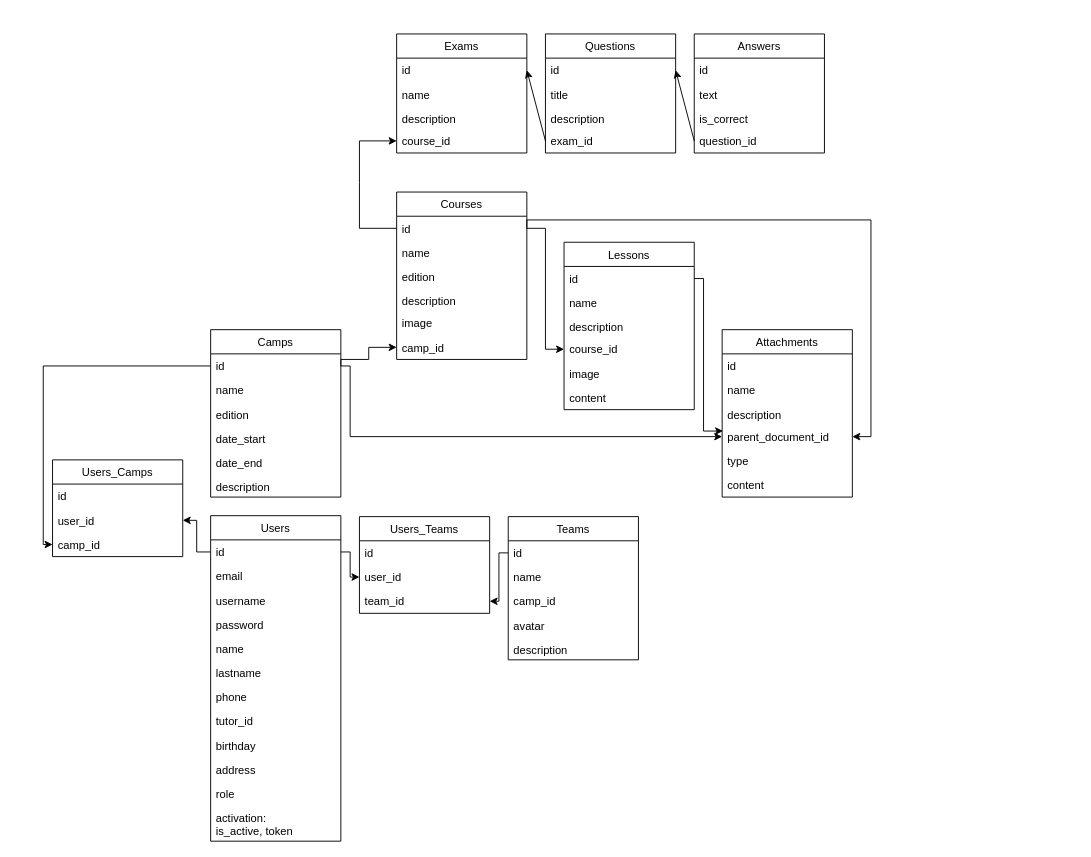
OneLifeDesigning/wellness-api keeps this draw.io diagram as bin/bbdd-game-camp.drawio. Above is the earlier version. Source tidied: cells renumbered, new cells numbered last; positions are measured from the earlier drawing's top-left corner, leaving out a move shared by most shapes. Both pictures are drawn from the tidied source at 93%, with x=0, y=0 at pixel (43, 33).
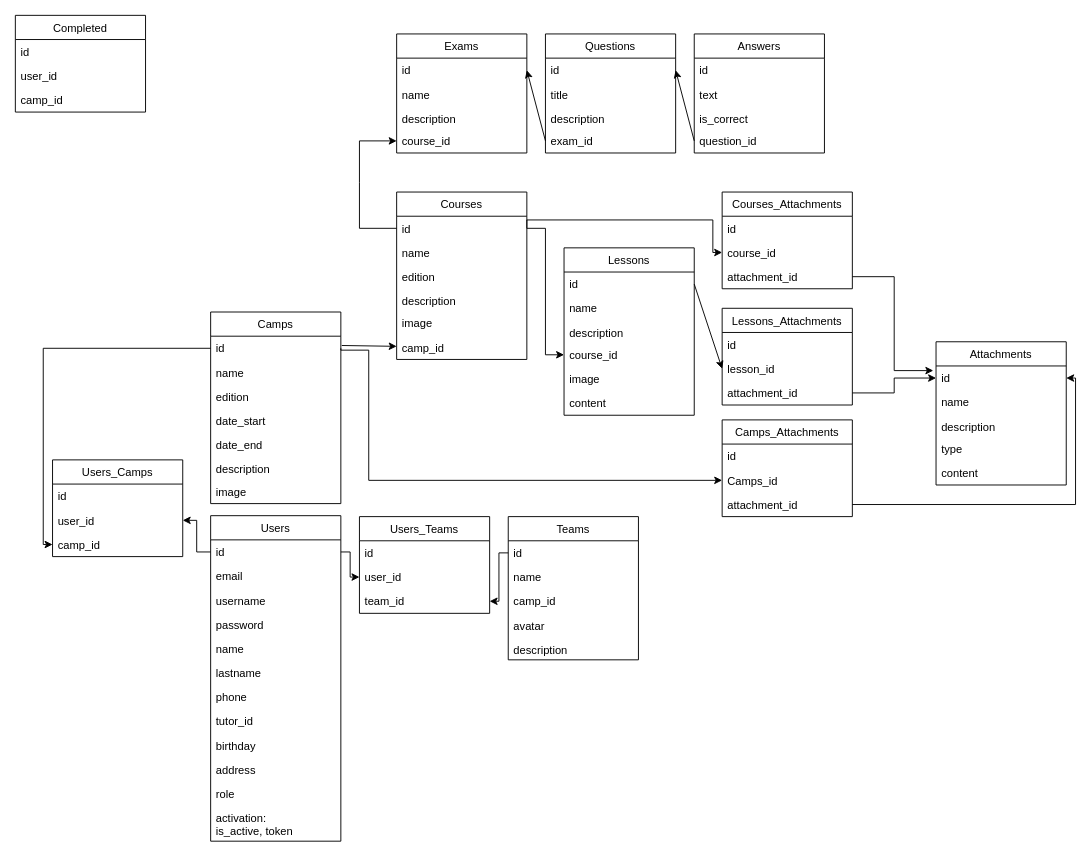
Above is the later version.

Unchanged cells that the change refers to:
```xml
<mxCell id="45" value="id" style="text;strokeColor=none;fillColor=none;align=left;verticalAlign=top;spacingLeft=4;spacingRight=4;overflow=hidden;points=[[0,0.5],[1,0.5]];portConstraint=eastwest;" parent="44" vertex="1">
  <mxGeometry y="26" width="140" height="26" as="geometry" />
</mxCell>
<mxCell id="50" value="camp_id" style="text;strokeColor=none;fillColor=none;align=left;verticalAlign=top;spacingLeft=4;spacingRight=4;overflow=hidden;points=[[0,0.5],[1,0.5]];portConstraint=eastwest;" parent="44" vertex="1">
  <mxGeometry y="154" width="140" height="26" as="geometry" />
</mxCell>
<mxCell id="78" value="id" style="text;strokeColor=none;fillColor=none;align=left;verticalAlign=top;spacingLeft=4;spacingRight=4;overflow=hidden;points=[[0,0.5],[1,0.5]];portConstraint=eastwest;" parent="77" vertex="1">
  <mxGeometry y="26" width="140" height="26" as="geometry" />
</mxCell>
```

Diff of the diagram source:
```diff
@@
-    <mxCell id="6" style="edgeStyle=orthogonalEdgeStyle;rounded=0;jettySize=auto;html=1;exitX=0;exitY=0.5;exitDx=0;exitDy=0;entryX=1;entryY=0.5;entryDx=0;entryDy=0;startArrow=classic;startFill=1;endArrow=none;endFill=0;" parent="1" edge="1" source="50" target="24">
+    <mxCell id="6" style="rounded=0;jettySize=auto;html=1;startArrow=classic;startFill=1;endArrow=none;endFill=0;" parent="1" edge="1" source="50">
       <mxGeometry relative="1" as="geometry">
-        <Array as="points">
-          <mxPoint x="350" y="337" />
-          <mxPoint x="350" y="350" />
-          <mxPoint x="320" y="350" />
-        </Array>
+        <mxPoint x="321" y="335" as="targetPoint" />
       </mxGeometry>
     </mxCell>
@@
-    <mxCell id="8" style="edgeStyle=orthogonalEdgeStyle;rounded=0;jettySize=auto;html=1;entryX=1;entryY=0.5;entryDx=0;entryDy=0;startArrow=classic;startFill=1;endArrow=none;endFill=0;elbow=vertical;exitX=1;exitY=0.5;exitDx=0;exitDy=0;" parent="1" edge="1" source="81" target="45">
-      <mxGeometry relative="1" as="geometry">
-        <Array as="points">
-          <mxPoint x="890" y="433" />
-          <mxPoint x="890" y="200" />
-          <mxPoint x="520" y="200" />
-        </Array>
-      </mxGeometry>
-    </mxCell>
-    <mxCell id="9" style="edgeStyle=elbowEdgeStyle;rounded=0;jettySize=auto;html=1;exitX=0;exitY=0.5;exitDx=0;exitDy=0;entryX=1;entryY=0.5;entryDx=0;entryDy=0;startArrow=classic;startFill=1;endArrow=none;endFill=0;" parent="1" edge="1" source="81" target="24">
-      <mxGeometry relative="1" as="geometry">
-        <Array as="points">
-          <mxPoint x="330" y="408" />
-          <mxPoint x="370" y="448" />
-          <mxPoint x="350" y="388" />
-        </Array>
-      </mxGeometry>
-    </mxCell>
@@
-    <mxCell id="23" value="Camps" style="swimlane;fontStyle=0;horizontal=1;startSize=26;fillColor=none;" parent="1" vertex="1">
-      <mxGeometry x="180" y="318" width="140" height="180" as="geometry" />
-    </mxCell>
-    <mxCell id="24" value="id" style="text;strokeColor=none;fillColor=none;align=left;verticalAlign=top;spacingLeft=4;spacingRight=4;overflow=hidden;points=[[0,0.5],[1,0.5]];portConstraint=eastwest;" parent="23" vertex="1">
-      <mxGeometry y="26" width="140" height="26" as="geometry" />
-    </mxCell>
-    <mxCell id="25" value="name" style="text;strokeColor=none;fillColor=none;align=left;verticalAlign=top;spacingLeft=4;spacingRight=4;overflow=hidden;" parent="23" vertex="1">
-      <mxGeometry y="52" width="140" height="26" as="geometry" />
-    </mxCell>
-    <mxCell id="26" value="edition" style="text;strokeColor=none;fillColor=none;align=left;verticalAlign=top;spacingLeft=4;spacingRight=4;overflow=hidden;" parent="23" vertex="1">
-      <mxGeometry y="78" width="140" height="26" as="geometry" />
-    </mxCell>
-    <mxCell id="27" value="date_start" style="text;strokeColor=none;fillColor=none;align=left;verticalAlign=top;spacingLeft=4;spacingRight=4;overflow=hidden;" parent="23" vertex="1">
-      <mxGeometry y="104" width="140" height="26" as="geometry" />
-    </mxCell>
-    <mxCell id="28" value="date_end" style="text;strokeColor=none;fillColor=none;align=left;verticalAlign=top;spacingLeft=4;spacingRight=4;overflow=hidden;" parent="23" vertex="1">
-      <mxGeometry y="130" width="140" height="26" as="geometry" />
-    </mxCell>
-    <mxCell id="29" value="description" style="text;strokeColor=none;fillColor=none;align=left;verticalAlign=top;spacingLeft=4;spacingRight=4;overflow=hidden;" parent="23" vertex="1">
-      <mxGeometry y="156" width="140" height="24" as="geometry" />
-    </mxCell>
@@
-    <mxCell id="51" value="Lessons" style="swimlane;fontStyle=0;horizontal=1;startSize=26;fillColor=none;" parent="1" vertex="1">
-      <mxGeometry x="560" y="224" width="140" height="180" as="geometry" />
-    </mxCell>
-    <mxCell id="52" value="id" style="text;strokeColor=none;fillColor=none;align=left;verticalAlign=top;spacingLeft=4;spacingRight=4;overflow=hidden;points=[[0,0.5],[1,0.5]];portConstraint=eastwest;" parent="51" vertex="1">
-      <mxGeometry y="26" width="140" height="26" as="geometry" />
-    </mxCell>
-    <mxCell id="53" value="name" style="text;strokeColor=none;fillColor=none;align=left;verticalAlign=top;spacingLeft=4;spacingRight=4;overflow=hidden;" parent="51" vertex="1">
-      <mxGeometry y="52" width="140" height="26" as="geometry" />
-    </mxCell>
-    <mxCell id="54" value="description" style="text;strokeColor=none;fillColor=none;align=left;verticalAlign=top;spacingLeft=4;spacingRight=4;overflow=hidden;" parent="51" vertex="1">
-      <mxGeometry y="78" width="140" height="24" as="geometry" />
-    </mxCell>
-    <mxCell id="55" value="course_id" style="text;strokeColor=none;fillColor=none;align=left;verticalAlign=top;spacingLeft=4;spacingRight=4;overflow=hidden;points=[[0,0.5],[1,0.5]];portConstraint=eastwest;" parent="51" vertex="1">
-      <mxGeometry y="102" width="140" height="26" as="geometry" />
-    </mxCell>
-    <mxCell id="56" value="image" style="text;strokeColor=none;fillColor=none;align=left;verticalAlign=top;spacingLeft=4;spacingRight=4;overflow=hidden;" parent="51" vertex="1">
-      <mxGeometry y="128" width="140" height="26" as="geometry" />
-    </mxCell>
-    <mxCell id="57" value="content" style="text;strokeColor=none;fillColor=none;align=left;verticalAlign=top;spacingLeft=4;spacingRight=4;overflow=hidden;" parent="51" vertex="1">
-      <mxGeometry y="154" width="140" height="26" as="geometry" />
-    </mxCell>
@@
-    <mxCell id="76" style="edgeStyle=orthogonalEdgeStyle;rounded=0;jettySize=auto;html=1;exitX=1;exitY=0.5;exitDx=0;exitDy=0;entryX=0.007;entryY=0.269;entryDx=0;entryDy=0;entryPerimeter=0;" parent="1" edge="1" source="52" target="81">
-      <mxGeometry relative="1" as="geometry">
-        <Array as="points">
-          <mxPoint x="710" y="263" />
-          <mxPoint x="710" y="427" />
-        </Array>
-      </mxGeometry>
-    </mxCell>
     <mxCell id="77" value="Attachments" style="swimlane;fontStyle=0;horizontal=1;startSize=26;fillColor=none;" parent="1" vertex="1">
-      <mxGeometry x="730" y="318" width="140" height="180" as="geometry" />
+      <mxGeometry x="960" y="331" width="140" height="154" as="geometry" />
     </mxCell>
@@
-    <mxCell id="81" value="parent_document_id" style="text;strokeColor=none;fillColor=none;align=left;verticalAlign=top;spacingLeft=4;spacingRight=4;overflow=hidden;points=[[0,0.5],[1,0.5]];portConstraint=eastwest;" parent="77" vertex="1">
-      <mxGeometry y="102" width="140" height="26" as="geometry" />
-    </mxCell>
     <mxCell id="82" value="type" style="text;strokeColor=none;fillColor=none;align=left;verticalAlign=top;spacingLeft=4;spacingRight=4;overflow=hidden;" parent="77" vertex="1">
-      <mxGeometry y="128" width="140" height="26" as="geometry" />
+      <mxGeometry y="102" width="140" height="26" as="geometry" />
     </mxCell>
     <mxCell id="83" value="content" style="text;strokeColor=none;fillColor=none;align=left;verticalAlign=top;spacingLeft=4;spacingRight=4;overflow=hidden;" parent="77" vertex="1">
-      <mxGeometry y="154" width="140" height="26" as="geometry" />
+      <mxGeometry y="128" width="140" height="26" as="geometry" />
     </mxCell>
+    <mxCell id="84" value="Courses_Attachments" style="swimlane;fontStyle=0;horizontal=1;startSize=26;fillColor=none;" parent="1" vertex="1">
+      <mxGeometry x="730" y="170" width="140" height="104" as="geometry" />
+    </mxCell>
+    <mxCell id="85" value="id" style="text;strokeColor=none;fillColor=none;align=left;verticalAlign=top;spacingLeft=4;spacingRight=4;overflow=hidden;" parent="84" vertex="1">
+      <mxGeometry y="26" width="140" height="26" as="geometry" />
+    </mxCell>
+    <mxCell id="86" value="course_id" style="text;strokeColor=none;fillColor=none;align=left;verticalAlign=top;spacingLeft=4;spacingRight=4;overflow=hidden;points=[[0,0.5],[1,0.5]];portConstraint=eastwest;" parent="84" vertex="1">
+      <mxGeometry y="52" width="140" height="26" as="geometry" />
+    </mxCell>
+    <mxCell id="87" value="attachment_id" style="text;strokeColor=none;fillColor=none;align=left;verticalAlign=top;spacingLeft=4;spacingRight=4;overflow=hidden;points=[[0,0.5],[1,0.5]];portConstraint=eastwest;" parent="84" vertex="1">
+      <mxGeometry y="78" width="140" height="26" as="geometry" />
+    </mxCell>
+    <mxCell id="51" value="Lessons" style="swimlane;fontStyle=0;horizontal=1;startSize=26;fillColor=none;" parent="1" vertex="1">
+      <mxGeometry x="560" y="230" width="140" height="180" as="geometry" />
+    </mxCell>
+    <mxCell id="52" value="id" style="text;strokeColor=none;fillColor=none;align=left;verticalAlign=top;spacingLeft=4;spacingRight=4;overflow=hidden;points=[[0,0.5],[1,0.5]];portConstraint=eastwest;" parent="51" vertex="1">
+      <mxGeometry y="26" width="140" height="26" as="geometry" />
+    </mxCell>
+    <mxCell id="53" value="name" style="text;strokeColor=none;fillColor=none;align=left;verticalAlign=top;spacingLeft=4;spacingRight=4;overflow=hidden;" parent="51" vertex="1">
+      <mxGeometry y="52" width="140" height="26" as="geometry" />
+    </mxCell>
+    <mxCell id="54" value="description" style="text;strokeColor=none;fillColor=none;align=left;verticalAlign=top;spacingLeft=4;spacingRight=4;overflow=hidden;" parent="51" vertex="1">
+      <mxGeometry y="78" width="140" height="24" as="geometry" />
+    </mxCell>
+    <mxCell id="55" value="course_id" style="text;strokeColor=none;fillColor=none;align=left;verticalAlign=top;spacingLeft=4;spacingRight=4;overflow=hidden;points=[[0,0.5],[1,0.5]];portConstraint=eastwest;" parent="51" vertex="1">
+      <mxGeometry y="102" width="140" height="26" as="geometry" />
+    </mxCell>
+    <mxCell id="56" value="image" style="text;strokeColor=none;fillColor=none;align=left;verticalAlign=top;spacingLeft=4;spacingRight=4;overflow=hidden;" parent="51" vertex="1">
+      <mxGeometry y="128" width="140" height="26" as="geometry" />
+    </mxCell>
+    <mxCell id="57" value="content" style="text;strokeColor=none;fillColor=none;align=left;verticalAlign=top;spacingLeft=4;spacingRight=4;overflow=hidden;" parent="51" vertex="1">
+      <mxGeometry y="154" width="140" height="26" as="geometry" />
+    </mxCell>
+    <mxCell id="88" style="edgeStyle=orthogonalEdgeStyle;rounded=0;jettySize=auto;html=1;exitX=1;exitY=0.5;exitDx=0;exitDy=0;entryX=0;entryY=0.5;entryDx=0;entryDy=0;" parent="1" edge="1" source="45" target="86">
+      <mxGeometry relative="1" as="geometry">
+        <Array as="points">
+          <mxPoint x="520" y="200" />
+          <mxPoint x="720" y="200" />
+          <mxPoint x="720" y="235" />
+        </Array>
+      </mxGeometry>
+    </mxCell>
+    <mxCell id="89" style="edgeStyle=orthogonalEdgeStyle;rounded=0;jettySize=auto;html=1;exitX=1;exitY=0.5;exitDx=0;exitDy=0;entryX=-0.021;entryY=0.192;entryDx=0;entryDy=0;entryPerimeter=0;" parent="1" edge="1" source="87" target="78">
+      <mxGeometry relative="1" as="geometry" />
+    </mxCell>
+    <mxCell id="90" value="Lessons_Attachments" style="swimlane;fontStyle=0;horizontal=1;startSize=26;fillColor=none;" parent="1" vertex="1">
+      <mxGeometry x="730" y="295" width="140" height="104" as="geometry" />
+    </mxCell>
+    <mxCell id="91" value="id" style="text;strokeColor=none;fillColor=none;align=left;verticalAlign=top;spacingLeft=4;spacingRight=4;overflow=hidden;" parent="90" vertex="1">
+      <mxGeometry y="26" width="140" height="26" as="geometry" />
+    </mxCell>
+    <mxCell id="92" value="lesson_id" style="text;strokeColor=none;fillColor=none;align=left;verticalAlign=top;spacingLeft=4;spacingRight=4;overflow=hidden;points=[[0,0.5],[1,0.5]];portConstraint=eastwest;" parent="90" vertex="1">
+      <mxGeometry y="52" width="140" height="26" as="geometry" />
+    </mxCell>
+    <mxCell id="93" value="attachment_id" style="text;strokeColor=none;fillColor=none;align=left;verticalAlign=top;spacingLeft=4;spacingRight=4;overflow=hidden;points=[[0,0.5],[1,0.5]];portConstraint=eastwest;" parent="90" vertex="1">
+      <mxGeometry y="78" width="140" height="26" as="geometry" />
+    </mxCell>
+    <mxCell id="94" value="Camps_Attachments" style="swimlane;fontStyle=0;horizontal=1;startSize=26;fillColor=none;" parent="1" vertex="1">
+      <mxGeometry x="730" y="415" width="140" height="104" as="geometry" />
+    </mxCell>
+    <mxCell id="95" value="id" style="text;strokeColor=none;fillColor=none;align=left;verticalAlign=top;spacingLeft=4;spacingRight=4;overflow=hidden;" parent="94" vertex="1">
+      <mxGeometry y="26" width="140" height="26" as="geometry" />
+    </mxCell>
+    <mxCell id="96" value="Camps_id" style="text;strokeColor=none;fillColor=none;align=left;verticalAlign=top;spacingLeft=4;spacingRight=4;overflow=hidden;points=[[0,0.5],[1,0.5]];portConstraint=eastwest;" parent="94" vertex="1">
+      <mxGeometry y="52" width="140" height="26" as="geometry" />
+    </mxCell>
+    <mxCell id="97" value="attachment_id" style="text;strokeColor=none;fillColor=none;align=left;verticalAlign=top;spacingLeft=4;spacingRight=4;overflow=hidden;points=[[0,0.5],[1,0.5]];portConstraint=eastwest;" parent="94" vertex="1">
+      <mxGeometry y="78" width="140" height="26" as="geometry" />
+    </mxCell>
+    <mxCell id="98" style="rounded=0;jettySize=auto;html=1;exitX=1;exitY=0.5;exitDx=0;exitDy=0;entryX=0;entryY=0.5;entryDx=0;entryDy=0;" parent="1" edge="1" source="52" target="92">
+      <mxGeometry relative="1" as="geometry" />
+    </mxCell>
+    <mxCell id="99" style="edgeStyle=orthogonalEdgeStyle;rounded=0;jettySize=auto;html=1;exitX=1;exitY=0.5;exitDx=0;exitDy=0;entryX=0;entryY=0.5;entryDx=0;entryDy=0;" parent="1" edge="1" source="93" target="78">
+      <mxGeometry relative="1" as="geometry" />
+    </mxCell>
+    <mxCell id="100" style="edgeStyle=orthogonalEdgeStyle;rounded=0;jettySize=auto;html=1;exitX=1;exitY=0.5;exitDx=0;exitDy=0;entryX=0;entryY=0.5;entryDx=0;entryDy=0;" parent="1" edge="1" source="24" target="96">
+      <mxGeometry relative="1" as="geometry">
+        <Array as="points">
+          <mxPoint x="320" y="340" />
+          <mxPoint x="350" y="340" />
+          <mxPoint x="350" y="480" />
+        </Array>
+      </mxGeometry>
+    </mxCell>
+    <mxCell id="23" value="Camps" style="swimlane;fontStyle=0;horizontal=1;startSize=26;fillColor=none;" parent="1" vertex="1">
+      <mxGeometry x="180" y="299" width="140" height="206" as="geometry" />
+    </mxCell>
+    <mxCell id="24" value="id" style="text;strokeColor=none;fillColor=none;align=left;verticalAlign=top;spacingLeft=4;spacingRight=4;overflow=hidden;points=[[0,0.5],[1,0.5]];portConstraint=eastwest;" parent="23" vertex="1">
+      <mxGeometry y="26" width="140" height="26" as="geometry" />
+    </mxCell>
+    <mxCell id="25" value="name" style="text;strokeColor=none;fillColor=none;align=left;verticalAlign=top;spacingLeft=4;spacingRight=4;overflow=hidden;" parent="23" vertex="1">
+      <mxGeometry y="52" width="140" height="26" as="geometry" />
+    </mxCell>
+    <mxCell id="26" value="edition" style="text;strokeColor=none;fillColor=none;align=left;verticalAlign=top;spacingLeft=4;spacingRight=4;overflow=hidden;" parent="23" vertex="1">
+      <mxGeometry y="78" width="140" height="26" as="geometry" />
+    </mxCell>
+    <mxCell id="27" value="date_start" style="text;strokeColor=none;fillColor=none;align=left;verticalAlign=top;spacingLeft=4;spacingRight=4;overflow=hidden;" parent="23" vertex="1">
+      <mxGeometry y="104" width="140" height="26" as="geometry" />
+    </mxCell>
+    <mxCell id="28" value="date_end" style="text;strokeColor=none;fillColor=none;align=left;verticalAlign=top;spacingLeft=4;spacingRight=4;overflow=hidden;" parent="23" vertex="1">
+      <mxGeometry y="130" width="140" height="26" as="geometry" />
+    </mxCell>
+    <mxCell id="29" value="description" style="text;strokeColor=none;fillColor=none;align=left;verticalAlign=top;spacingLeft=4;spacingRight=4;overflow=hidden;" parent="23" vertex="1">
+      <mxGeometry y="156" width="140" height="24" as="geometry" />
+    </mxCell>
+    <mxCell id="101" value="image" style="text;strokeColor=none;fillColor=none;align=left;verticalAlign=top;spacingLeft=4;spacingRight=4;overflow=hidden;" parent="23" vertex="1">
+      <mxGeometry y="180" width="140" height="26" as="geometry" />
+    </mxCell>
+    <mxCell id="102" style="edgeStyle=orthogonalEdgeStyle;rounded=0;jettySize=auto;html=1;exitX=1;exitY=0.5;exitDx=0;exitDy=0;entryX=1;entryY=0.5;entryDx=0;entryDy=0;" parent="1" edge="1" source="97" target="78">
+      <mxGeometry relative="1" as="geometry">
+        <Array as="points">
+          <mxPoint x="1110" y="506" />
+          <mxPoint x="1110" y="370" />
+        </Array>
+      </mxGeometry>
+    </mxCell>
+    <mxCell id="103" value="Completed" style="swimlane;fontStyle=0;horizontal=1;startSize=26;fillColor=none;" parent="1" vertex="1">
+      <mxGeometry x="-30" y="-20" width="140" height="104" as="geometry" />
+    </mxCell>
+    <mxCell id="104" value="id" style="text;strokeColor=none;fillColor=none;align=left;verticalAlign=top;spacingLeft=4;spacingRight=4;overflow=hidden;" parent="103" vertex="1">
+      <mxGeometry y="26" width="140" height="26" as="geometry" />
+    </mxCell>
+    <mxCell id="105" value="user_id" style="text;strokeColor=none;fillColor=none;align=left;verticalAlign=top;spacingLeft=4;spacingRight=4;overflow=hidden;" parent="103" vertex="1">
+      <mxGeometry y="52" width="140" height="26" as="geometry" />
+    </mxCell>
+    <mxCell id="106" value="camp_id" style="text;strokeColor=none;fillColor=none;align=left;verticalAlign=top;spacingLeft=4;spacingRight=4;overflow=hidden;" parent="103" vertex="1">
+      <mxGeometry y="78" width="140" height="26" as="geometry" />
+    </mxCell>
```
